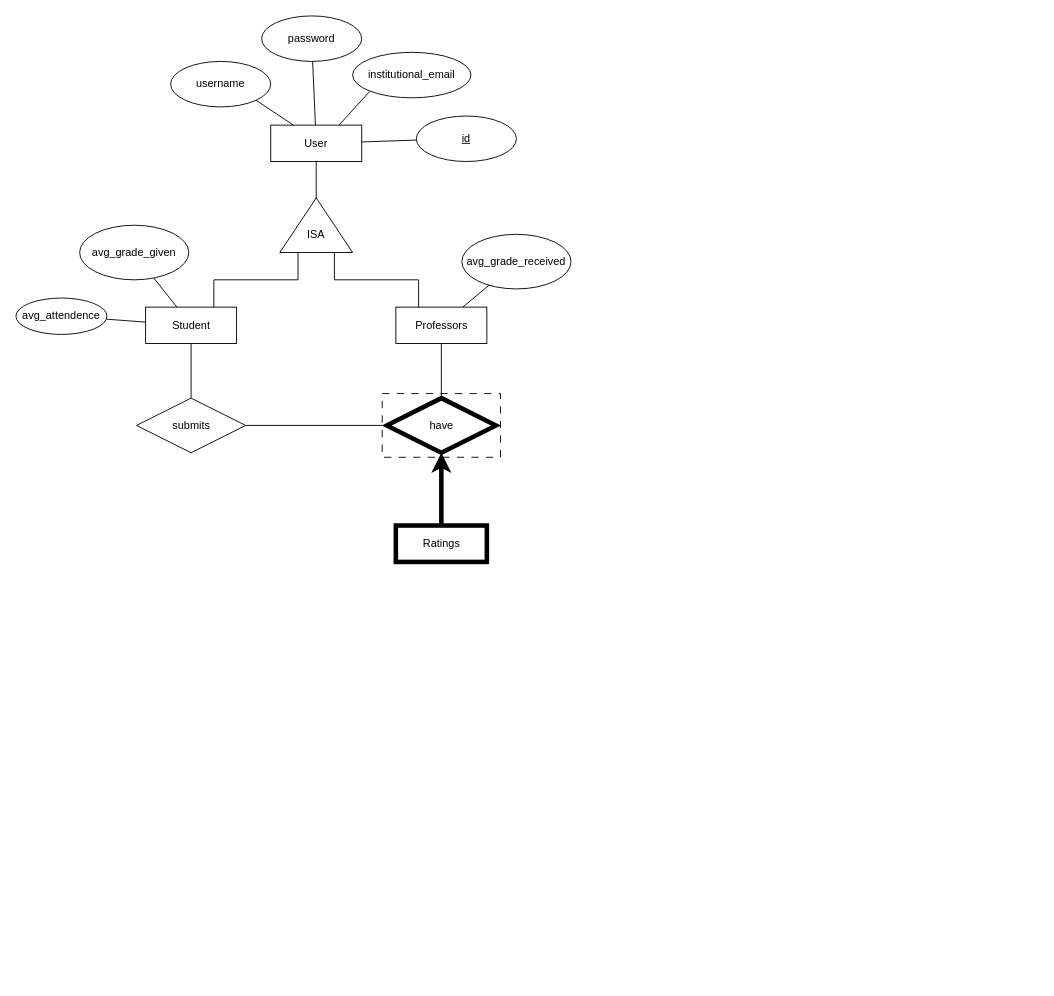
The draw.io diagram docs/db_struct/EA.drawio in JoaoCLouro/professorate, before the edit. Source tidied: cells renumbered, new cells numbered last; positions are measured from the earlier drawing's top-left corner, leaving out a move shared by most shapes. Both pictures are drawn from the tidied source at 91%, with x=0, y=0 at pixel (15, 15).
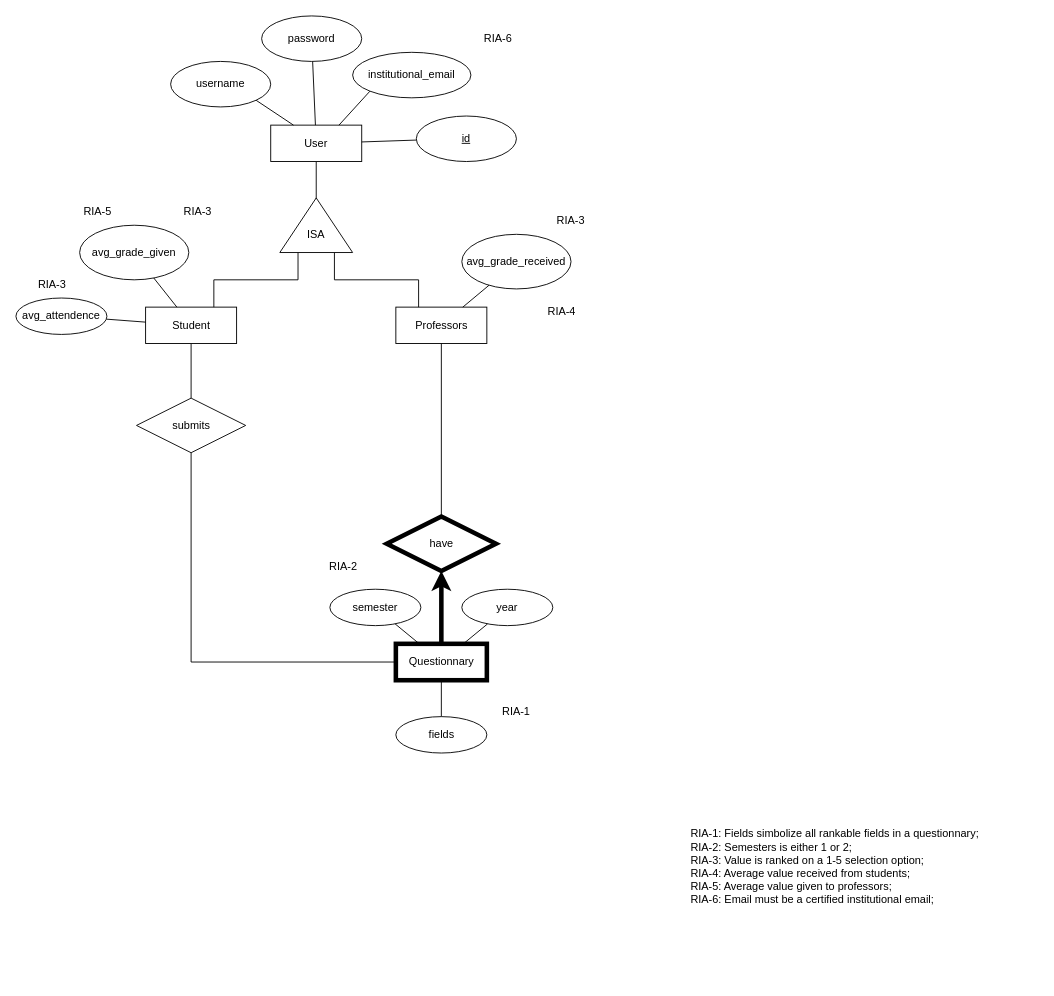
The same diagram, later.

Commit message (it also covers changes not shown here):
docs: adds RIA's and relations between students and questionnaries

Unchanged cells that the change refers to:
```xml
<mxCell id="21" value="submits" style="shape=rhombus;perimeter=rhombusPerimeter;whiteSpace=wrap;html=1;align=center;fontFamily=Helvetica;fontSize=12;fontColor=default;labelBackgroundColor=default;" parent="1" vertex="1">
  <mxGeometry x="132.5" y="420" width="120" height="60" as="geometry" />
</mxCell>
```

The edit, as a diff of the source:
```diff
@@
-    <mxCell id="2" style="rounded=0;whiteSpace=wrap;html=1;fontFamily=Helvetica;fontSize=12;fontColor=default;labelBackgroundColor=default;dashed=1;dashPattern=8 8;" parent="1" vertex="1">
-      <mxGeometry x="402.5" y="415" width="130" height="70" as="geometry" />
-    </mxCell>
@@
-    <mxCell id="20" style="edgeStyle=none;shape=connector;rounded=0;jettySize=auto;html=1;entryX=0;entryY=0.5;entryDx=0;entryDy=0;strokeColor=default;align=center;verticalAlign=middle;fontFamily=Helvetica;fontSize=12;fontColor=default;labelBackgroundColor=default;endArrow=none;endFill=0;" parent="1" edge="1" source="21" target="2">
-      <mxGeometry relative="1" as="geometry" />
-    </mxCell>
+    <mxCell id="32" style="edgeStyle=orthogonalEdgeStyle;shape=connector;rounded=0;jettySize=auto;html=1;strokeColor=default;align=center;verticalAlign=middle;fontFamily=Helvetica;fontSize=12;fontColor=default;labelBackgroundColor=default;endArrow=none;endFill=0;entryX=0;entryY=0.5;entryDx=0;entryDy=0;exitX=0.5;exitY=1;exitDx=0;exitDy=0;" parent="1" edge="1" source="21" target="22">
+      <mxGeometry relative="1" as="geometry" />
+    </mxCell>
@@
-    <mxCell id="22" value="Ratings" style="whiteSpace=wrap;html=1;align=center;fontFamily=Helvetica;fontSize=12;fontColor=default;labelBackgroundColor=default;strokeWidth=5;" parent="1" vertex="1">
-      <mxGeometry x="417.5" y="560" width="100" height="40" as="geometry" />
+    <mxCell id="22" value="Questionnary" style="whiteSpace=wrap;html=1;align=center;fontFamily=Helvetica;fontSize=12;fontColor=default;labelBackgroundColor=default;strokeWidth=5;" parent="1" vertex="1">
+      <mxGeometry x="417.5" y="690" width="100" height="40" as="geometry" />
     </mxCell>
@@
     <mxCell id="31" value="have" style="shape=rhombus;perimeter=rhombusPerimeter;whiteSpace=wrap;html=1;align=center;fontFamily=Helvetica;fontSize=12;fontColor=default;labelBackgroundColor=default;strokeWidth=5;" parent="1" vertex="1">
-      <mxGeometry x="407.5" y="420" width="120" height="60" as="geometry" />
+      <mxGeometry x="407.5" y="550" width="120" height="60" as="geometry" />
     </mxCell>
+    <mxCell id="33" style="edgeStyle=none;shape=connector;rounded=0;jettySize=auto;html=1;strokeColor=default;align=center;verticalAlign=middle;fontFamily=Helvetica;fontSize=12;fontColor=default;labelBackgroundColor=default;endArrow=none;endFill=0;" parent="1" edge="1" source="34" target="22">
+      <mxGeometry relative="1" as="geometry" />
+    </mxCell>
+    <mxCell id="34" value="year" style="ellipse;whiteSpace=wrap;html=1;align=center;fontFamily=Helvetica;fontSize=12;fontColor=default;labelBackgroundColor=default;" parent="1" vertex="1">
+      <mxGeometry x="490" y="630" width="100" height="40" as="geometry" />
+    </mxCell>
+    <mxCell id="35" style="edgeStyle=none;shape=connector;rounded=0;jettySize=auto;html=1;strokeColor=default;align=center;verticalAlign=middle;fontFamily=Helvetica;fontSize=12;fontColor=default;labelBackgroundColor=default;endArrow=none;endFill=0;" parent="1" edge="1" source="36" target="22">
+      <mxGeometry relative="1" as="geometry" />
+    </mxCell>
+    <mxCell id="36" value="semester" style="ellipse;whiteSpace=wrap;html=1;align=center;fontFamily=Helvetica;fontSize=12;fontColor=default;labelBackgroundColor=default;" parent="1" vertex="1">
+      <mxGeometry x="345" y="630" width="100" height="40" as="geometry" />
+    </mxCell>
+    <mxCell id="37" style="edgeStyle=none;shape=connector;rounded=0;jettySize=auto;html=1;strokeColor=default;align=center;verticalAlign=middle;fontFamily=Helvetica;fontSize=12;fontColor=default;labelBackgroundColor=default;endArrow=none;endFill=0;" parent="1" edge="1" source="38" target="22">
+      <mxGeometry relative="1" as="geometry" />
+    </mxCell>
+    <mxCell id="38" value="fields" style="ellipse;whiteSpace=wrap;html=1;align=center;fontFamily=Helvetica;fontSize=12;fontColor=default;labelBackgroundColor=default;" parent="1" vertex="1">
+      <mxGeometry x="417.5" y="770" width="100" height="40" as="geometry" />
+    </mxCell>
+    <mxCell id="39" value="RIA-1" style="text;html=1;whiteSpace=wrap;strokeColor=none;fillColor=none;align=center;verticalAlign=middle;rounded=0;fontFamily=Helvetica;fontSize=12;fontColor=default;labelBackgroundColor=default;" parent="1" vertex="1">
+      <mxGeometry x="520" y="750" width="60" height="30" as="geometry" />
+    </mxCell>
+    <mxCell id="40" value="&lt;span style=&quot;white-space: pre;&quot;&gt;&#9;&lt;/span&gt;RIA-1: Fields simbolize all rankable fields in a questionnary;&lt;div&gt;&lt;span style=&quot;white-space: pre;&quot;&gt;&#9;&lt;/span&gt;RIA-2: Semesters is either 1 or 2;&lt;/div&gt;&lt;div&gt;&lt;span style=&quot;white-space: pre;&quot;&gt;&#9;&lt;/span&gt;RIA-3: Value is ranked on a 1-5 selection option;&lt;br&gt;&lt;/div&gt;&lt;div&gt;&lt;span style=&quot;white-space: pre;&quot;&gt;&#9;&lt;/span&gt;RIA-4: Average value received from students;&lt;br&gt;&lt;/div&gt;&lt;div&gt;&lt;span style=&quot;white-space: pre;&quot;&gt;&#9;&lt;/span&gt;RIA-5: Average value given to professors;&lt;br&gt;&lt;/div&gt;&lt;div&gt;&lt;span style=&quot;white-space: pre;&quot;&gt;&#9;&lt;/span&gt;RIA-6: Email must be a certified institutional email;&lt;br&gt;&lt;/div&gt;" style="text;html=1;whiteSpace=wrap;strokeColor=none;fillColor=none;align=left;verticalAlign=middle;rounded=0;fontFamily=Helvetica;fontSize=12;fontColor=default;labelBackgroundColor=default;" parent="1" vertex="1">
+      <mxGeometry x="713" y="810" width="410" height="250" as="geometry" />
+    </mxCell>
+    <mxCell id="41" value="RIA-2" style="text;html=1;whiteSpace=wrap;strokeColor=none;fillColor=none;align=center;verticalAlign=middle;rounded=0;fontFamily=Helvetica;fontSize=12;fontColor=default;labelBackgroundColor=default;" parent="1" vertex="1">
+      <mxGeometry x="330" y="590" width="60" height="30" as="geometry" />
+    </mxCell>
+    <mxCell id="42" value="RIA-3" style="text;html=1;whiteSpace=wrap;strokeColor=none;fillColor=none;align=center;verticalAlign=middle;rounded=0;fontFamily=Helvetica;fontSize=12;fontColor=default;labelBackgroundColor=default;" parent="1" vertex="1">
+      <mxGeometry x="580" y="210" width="60" height="30" as="geometry" />
+    </mxCell>
+    <mxCell id="43" value="RIA-3" style="text;html=1;whiteSpace=wrap;strokeColor=none;fillColor=none;align=center;verticalAlign=middle;rounded=0;fontFamily=Helvetica;fontSize=12;fontColor=default;labelBackgroundColor=default;" parent="1" vertex="1">
+      <mxGeometry x="170" y="200" width="60" height="30" as="geometry" />
+    </mxCell>
+    <mxCell id="44" value="RIA-3" style="text;html=1;whiteSpace=wrap;strokeColor=none;fillColor=none;align=center;verticalAlign=middle;rounded=0;fontFamily=Helvetica;fontSize=12;fontColor=default;labelBackgroundColor=default;" parent="1" vertex="1">
+      <mxGeometry x="10" y="280" width="60" height="30" as="geometry" />
+    </mxCell>
+    <mxCell id="45" value="RIA-4" style="text;html=1;whiteSpace=wrap;strokeColor=none;fillColor=none;align=center;verticalAlign=middle;rounded=0;fontFamily=Helvetica;fontSize=12;fontColor=default;labelBackgroundColor=default;" parent="1" vertex="1">
+      <mxGeometry x="570" y="310" width="60" height="30" as="geometry" />
+    </mxCell>
+    <mxCell id="46" value="RIA-5" style="text;html=1;whiteSpace=wrap;strokeColor=none;fillColor=none;align=center;verticalAlign=middle;rounded=0;fontFamily=Helvetica;fontSize=12;fontColor=default;labelBackgroundColor=default;" parent="1" vertex="1">
+      <mxGeometry x="60" y="200" width="60" height="30" as="geometry" />
+    </mxCell>
+    <mxCell id="47" value="RIA-6" style="text;html=1;whiteSpace=wrap;strokeColor=none;fillColor=none;align=center;verticalAlign=middle;rounded=0;fontFamily=Helvetica;fontSize=12;fontColor=default;labelBackgroundColor=default;" parent="1" vertex="1">
+      <mxGeometry x="500" y="10" width="60" height="30" as="geometry" />
+    </mxCell>
```
